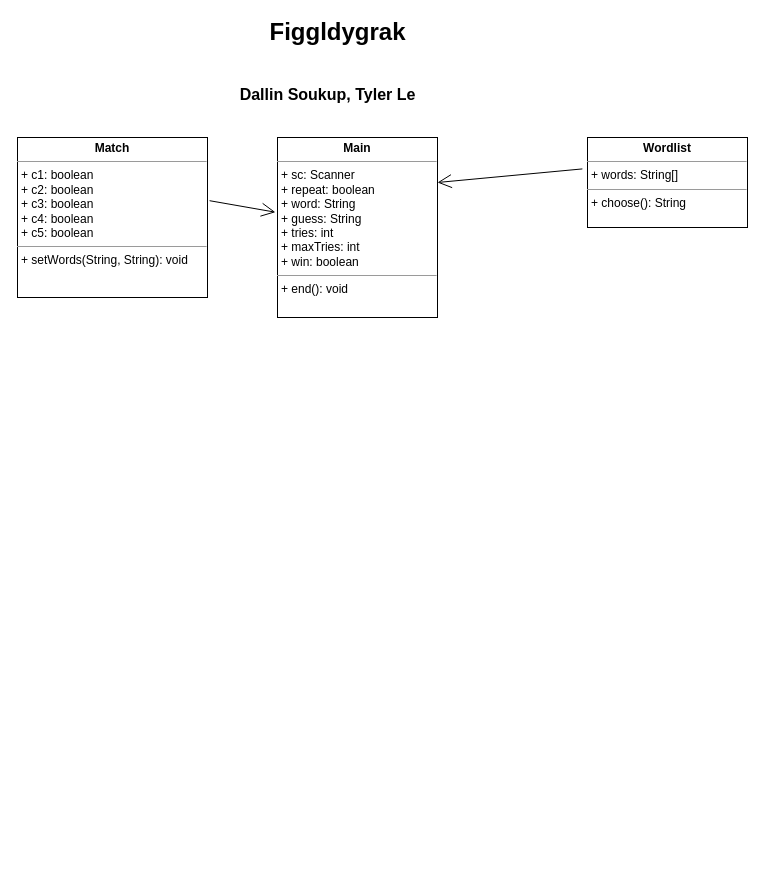
Before: test.drawio in 9652211/SANDERSON, a draw.io diagram. Source tidied: cells renumbered, new cells numbered last; positions are measured from the earlier drawing's top-left corner, leaving out a move shared by most shapes. Both pictures are drawn from the tidied source at 100%, with x=0, y=0 at pixel (17, 17).
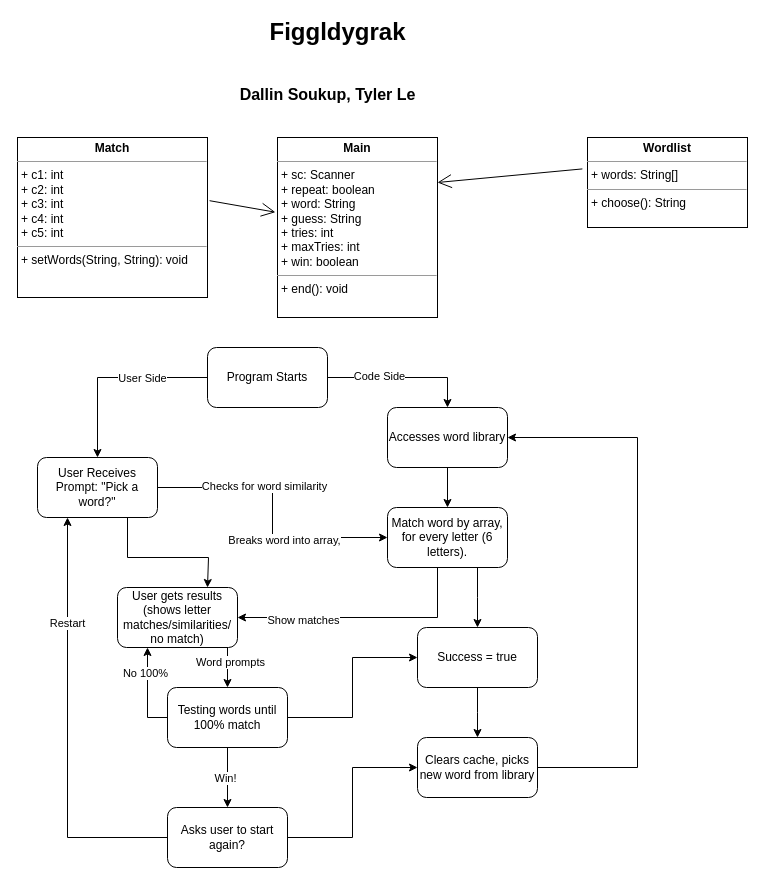
After the change.

Diff of the diagram source:
```diff
@@
-    <mxCell id="6" value="&lt;p style=&quot;margin:0px;margin-top:4px;text-align:center;&quot;&gt;&lt;b&gt;Match&lt;/b&gt;&lt;/p&gt;&lt;hr size=&quot;1&quot;&gt;&lt;p style=&quot;margin:0px;margin-left:4px;&quot;&gt;+ c1: boolean&lt;/p&gt;&lt;p style=&quot;margin:0px;margin-left:4px;&quot;&gt;+ c2: boolean&lt;/p&gt;&lt;p style=&quot;margin:0px;margin-left:4px;&quot;&gt;+ c3: boolean&lt;/p&gt;&lt;p style=&quot;margin:0px;margin-left:4px;&quot;&gt;+ c4: boolean&lt;/p&gt;&lt;p style=&quot;margin:0px;margin-left:4px;&quot;&gt;+ c5: boolean&lt;/p&gt;&lt;hr size=&quot;1&quot;&gt;&lt;p style=&quot;margin:0px;margin-left:4px;&quot;&gt;+ setWords(String, String): void&lt;/p&gt;" style="verticalAlign=top;align=left;overflow=fill;fontSize=12;fontFamily=Helvetica;html=1;whiteSpace=wrap;" parent="1" vertex="1">
+    <mxCell id="6" value="&lt;p style=&quot;margin:0px;margin-top:4px;text-align:center;&quot;&gt;&lt;b&gt;Match&lt;/b&gt;&lt;/p&gt;&lt;hr size=&quot;1&quot;&gt;&lt;p style=&quot;margin:0px;margin-left:4px;&quot;&gt;+ c1: int&lt;/p&gt;&lt;p style=&quot;margin:0px;margin-left:4px;&quot;&gt;+ c2: int&lt;/p&gt;&lt;p style=&quot;margin:0px;margin-left:4px;&quot;&gt;+ c3: int&lt;/p&gt;&lt;p style=&quot;margin:0px;margin-left:4px;&quot;&gt;+ c4: int&lt;/p&gt;&lt;p style=&quot;margin:0px;margin-left:4px;&quot;&gt;+ c5: int&lt;/p&gt;&lt;hr size=&quot;1&quot;&gt;&lt;p style=&quot;margin:0px;margin-left:4px;&quot;&gt;+ setWords(String, String): void&lt;/p&gt;" style="verticalAlign=top;align=left;overflow=fill;fontSize=12;fontFamily=Helvetica;html=1;whiteSpace=wrap;" parent="1" vertex="1">
       <mxGeometry y="120" width="190" height="160" as="geometry" />
     </mxCell>
@@
+    <mxCell id="9" style="edgeStyle=orthogonalEdgeStyle;rounded=0;jettySize=auto;html=1;exitX=1;exitY=0.5;exitDx=0;exitDy=0;entryX=0.5;entryY=0;entryDx=0;entryDy=0;" parent="1" edge="1" source="13" target="15">
+      <mxGeometry relative="1" as="geometry" />
+    </mxCell>
+    <mxCell id="10" value="Code Side" style="edgeLabel;html=1;align=center;verticalAlign=middle;" parent="9" vertex="1">
+      <mxGeometry x="-0.32" y="2" relative="1" as="geometry" />
+    </mxCell>
+    <mxCell id="11" style="edgeStyle=orthogonalEdgeStyle;rounded=0;jettySize=auto;html=1;exitX=0;exitY=0.5;exitDx=0;exitDy=0;" parent="1" edge="1" source="13" target="20">
+      <mxGeometry relative="1" as="geometry" />
+    </mxCell>
+    <mxCell id="12" value="User Side" style="edgeLabel;html=1;align=center;verticalAlign=middle;" parent="11" vertex="1">
+      <mxGeometry x="-0.31" relative="1" as="geometry" />
+    </mxCell>
+    <mxCell id="13" value="Program Starts" style="rounded=1;whiteSpace=wrap;html=1;" parent="1" vertex="1">
+      <mxGeometry x="190" y="330" width="120" height="60" as="geometry" />
+    </mxCell>
+    <mxCell id="14" style="edgeStyle=orthogonalEdgeStyle;rounded=0;jettySize=auto;html=1;exitX=0.5;exitY=1;exitDx=0;exitDy=0;" parent="1" edge="1" source="15" target="24">
+      <mxGeometry relative="1" as="geometry" />
+    </mxCell>
+    <mxCell id="15" value="Accesses word library" style="rounded=1;whiteSpace=wrap;html=1;" parent="1" vertex="1">
+      <mxGeometry x="370" y="390" width="120" height="60" as="geometry" />
+    </mxCell>
+    <mxCell id="16" style="edgeStyle=orthogonalEdgeStyle;rounded=0;jettySize=auto;html=1;entryX=0;entryY=0.5;entryDx=0;entryDy=0;" parent="1" edge="1" source="20" target="24">
+      <mxGeometry relative="1" as="geometry" />
+    </mxCell>
+    <mxCell id="17" value="Checks for word similarity" style="edgeLabel;html=1;align=center;verticalAlign=middle;" parent="16" vertex="1">
+      <mxGeometry x="-0.24" y="2" relative="1" as="geometry" />
+    </mxCell>
+    <mxCell id="18" value="Breaks word into array," style="edgeLabel;html=1;align=center;verticalAlign=middle;" parent="16" vertex="1">
+      <mxGeometry x="0.26" y="-2" relative="1" as="geometry" />
+    </mxCell>
+    <mxCell id="19" style="edgeStyle=orthogonalEdgeStyle;rounded=0;orthogonalLoop=1;jettySize=auto;html=1;" parent="1" edge="1">
+      <mxGeometry relative="1" as="geometry">
+        <mxPoint x="110" y="500" as="sourcePoint" />
+        <mxPoint x="190" y="570" as="targetPoint" />
+        <Array as="points">
+          <mxPoint x="110" y="540" />
+          <mxPoint x="191" y="540" />
+        </Array>
+      </mxGeometry>
+    </mxCell>
+    <mxCell id="20" value="User Receives Prompt: &quot;Pick a word?&quot;" style="rounded=1;whiteSpace=wrap;html=1;" parent="1" vertex="1">
+      <mxGeometry x="20" y="440" width="120" height="60" as="geometry" />
+    </mxCell>
+    <mxCell id="21" style="edgeStyle=orthogonalEdgeStyle;rounded=0;jettySize=auto;html=1;entryX=1;entryY=0.5;entryDx=0;entryDy=0;" parent="1" edge="1" source="24" target="27">
+      <mxGeometry relative="1" as="geometry">
+        <Array as="points">
+          <mxPoint x="420" y="600" />
+        </Array>
+      </mxGeometry>
+    </mxCell>
+    <mxCell id="22" value="Show matches" style="edgeLabel;html=1;align=center;verticalAlign=middle;" parent="21" vertex="1">
+      <mxGeometry x="0.48" y="2" relative="1" as="geometry" />
+    </mxCell>
+    <mxCell id="23" style="edgeStyle=orthogonalEdgeStyle;rounded=0;jettySize=auto;html=1;exitX=0.75;exitY=1;exitDx=0;exitDy=0;" parent="1" edge="1" source="24">
+      <mxGeometry relative="1" as="geometry">
+        <mxPoint x="460" y="610" as="targetPoint" />
+      </mxGeometry>
+    </mxCell>
+    <mxCell id="24" value="Match word by array, for every letter (6 letters)." style="rounded=1;whiteSpace=wrap;html=1;" parent="1" vertex="1">
+      <mxGeometry x="370" y="490" width="120" height="60" as="geometry" />
+    </mxCell>
+    <mxCell id="25" style="edgeStyle=orthogonalEdgeStyle;rounded=0;jettySize=auto;html=1;entryX=0.5;entryY=0;entryDx=0;entryDy=0;" parent="1" edge="1" source="27" target="33">
+      <mxGeometry relative="1" as="geometry">
+        <Array as="points">
+          <mxPoint x="210" y="630" />
+          <mxPoint x="210" y="630" />
+        </Array>
+      </mxGeometry>
+    </mxCell>
+    <mxCell id="26" value="Word prompts" style="edgeLabel;html=1;align=center;verticalAlign=middle;" parent="25" vertex="1">
+      <mxGeometry x="-0.28" y="2" relative="1" as="geometry" />
+    </mxCell>
+    <mxCell id="27" value="User gets results (shows letter matches/similarities/&lt;br&gt;no match)" style="rounded=1;whiteSpace=wrap;html=1;" parent="1" vertex="1">
+      <mxGeometry x="100" y="570" width="120" height="60" as="geometry" />
+    </mxCell>
+    <mxCell id="28" style="edgeStyle=orthogonalEdgeStyle;rounded=0;jettySize=auto;html=1;exitX=0;exitY=0.5;exitDx=0;exitDy=0;entryX=0.25;entryY=1;entryDx=0;entryDy=0;" parent="1" edge="1" source="33" target="27">
+      <mxGeometry relative="1" as="geometry" />
+    </mxCell>
+    <mxCell id="29" value="No 100%" style="edgeLabel;html=1;align=center;verticalAlign=middle;" parent="28" vertex="1">
+      <mxGeometry x="0.44" y="3" relative="1" as="geometry" />
+    </mxCell>
+    <mxCell id="30" style="edgeStyle=orthogonalEdgeStyle;rounded=0;jettySize=auto;html=1;" parent="1" edge="1" source="33">
+      <mxGeometry relative="1" as="geometry">
+        <mxPoint x="210" y="790" as="targetPoint" />
+      </mxGeometry>
+    </mxCell>
+    <mxCell id="31" value="Win!" style="edgeLabel;html=1;align=center;verticalAlign=middle;" parent="30" vertex="1">
+      <mxGeometry x="-0.01" y="-3" relative="1" as="geometry">
+        <mxPoint x="-3" y="-3" as="offset" />
+      </mxGeometry>
+    </mxCell>
+    <mxCell id="32" style="edgeStyle=orthogonalEdgeStyle;rounded=0;jettySize=auto;html=1;" parent="1" edge="1" source="33" target="39">
+      <mxGeometry relative="1" as="geometry" />
+    </mxCell>
+    <mxCell id="33" value="Testing words until 100% match" style="rounded=1;whiteSpace=wrap;html=1;" parent="1" vertex="1">
+      <mxGeometry x="150" y="670" width="120" height="60" as="geometry" />
+    </mxCell>
+    <mxCell id="34" style="edgeStyle=orthogonalEdgeStyle;rounded=0;jettySize=auto;html=1;entryX=0.25;entryY=1;entryDx=0;entryDy=0;" parent="1" edge="1" source="37" target="20">
+      <mxGeometry relative="1" as="geometry" />
+    </mxCell>
+    <mxCell id="35" value="Restart" style="edgeLabel;html=1;align=center;verticalAlign=middle;" parent="34" vertex="1">
+      <mxGeometry x="0.5" y="1" relative="1" as="geometry" />
+    </mxCell>
+    <mxCell id="36" style="edgeStyle=orthogonalEdgeStyle;rounded=0;jettySize=auto;html=1;entryX=0;entryY=0.5;entryDx=0;entryDy=0;" parent="1" edge="1" source="37" target="41">
+      <mxGeometry relative="1" as="geometry" />
+    </mxCell>
+    <mxCell id="37" value="Asks user to start again?" style="rounded=1;whiteSpace=wrap;html=1;" parent="1" vertex="1">
+      <mxGeometry x="150" y="790" width="120" height="60" as="geometry" />
+    </mxCell>
+    <mxCell id="38" style="edgeStyle=orthogonalEdgeStyle;rounded=0;jettySize=auto;html=1;" parent="1" edge="1" source="39">
+      <mxGeometry relative="1" as="geometry">
+        <mxPoint x="460" y="720" as="targetPoint" />
+      </mxGeometry>
+    </mxCell>
+    <mxCell id="39" value="Success = true" style="rounded=1;whiteSpace=wrap;html=1;" parent="1" vertex="1">
+      <mxGeometry x="400" y="610" width="120" height="60" as="geometry" />
+    </mxCell>
+    <mxCell id="40" style="edgeStyle=orthogonalEdgeStyle;rounded=0;jettySize=auto;html=1;entryX=1;entryY=0.5;entryDx=0;entryDy=0;" parent="1" edge="1" source="41" target="15">
+      <mxGeometry relative="1" as="geometry">
+        <Array as="points">
+          <mxPoint x="620" y="750" />
+          <mxPoint x="620" y="420" />
+        </Array>
+      </mxGeometry>
+    </mxCell>
+    <mxCell id="41" value="Clears cache, picks new word from library" style="rounded=1;whiteSpace=wrap;html=1;" parent="1" vertex="1">
+      <mxGeometry x="400" y="720" width="120" height="60" as="geometry" />
+    </mxCell>
```
